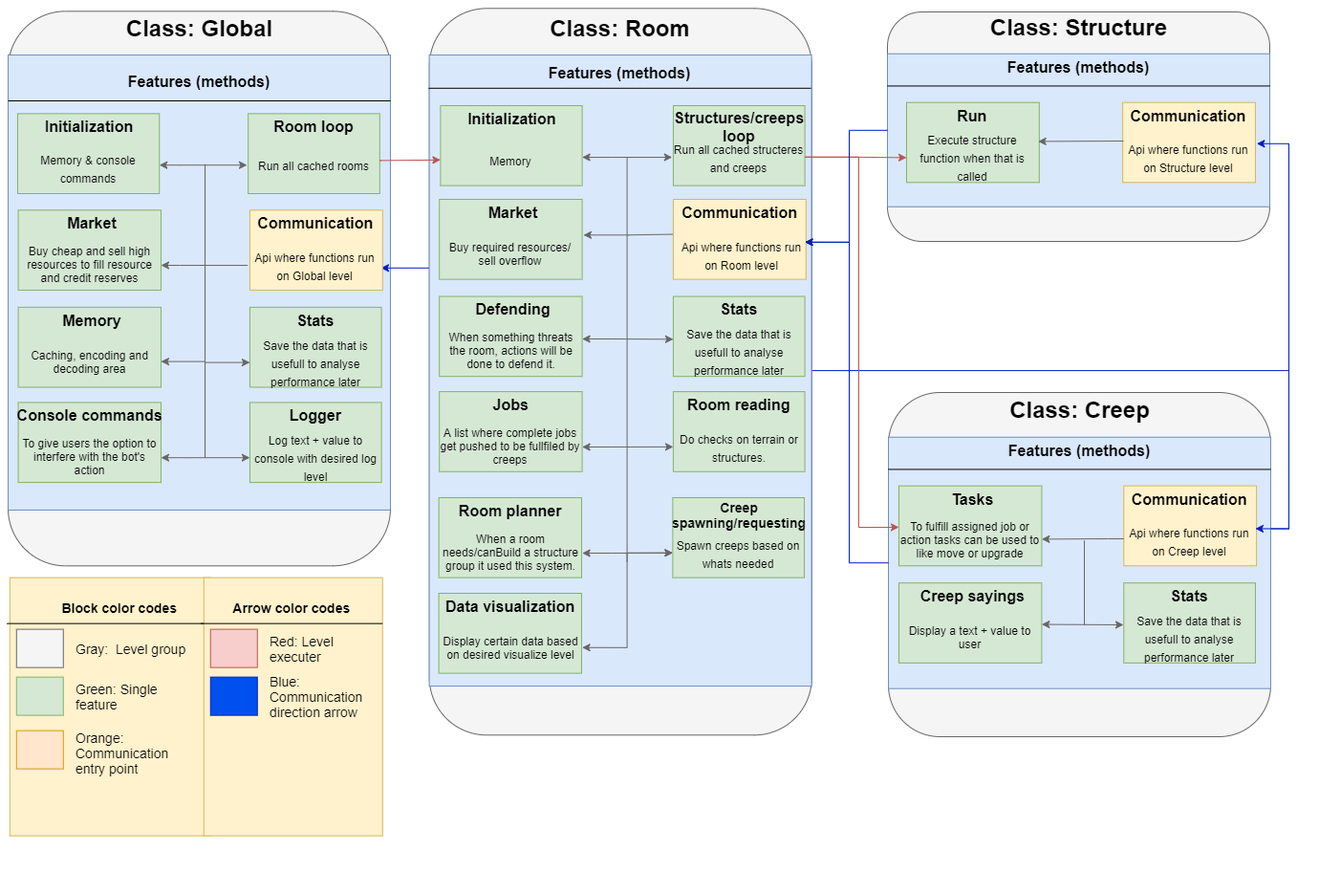
pieterbrandsen/Draw.io keeps this draw.io diagram as FrameworkUML.png. Above is the earlier version. Source tidied: cells renumbered, new cells last; positions are measured from the earlier drawing's top-left corner, leaving out a move shared by most shapes.
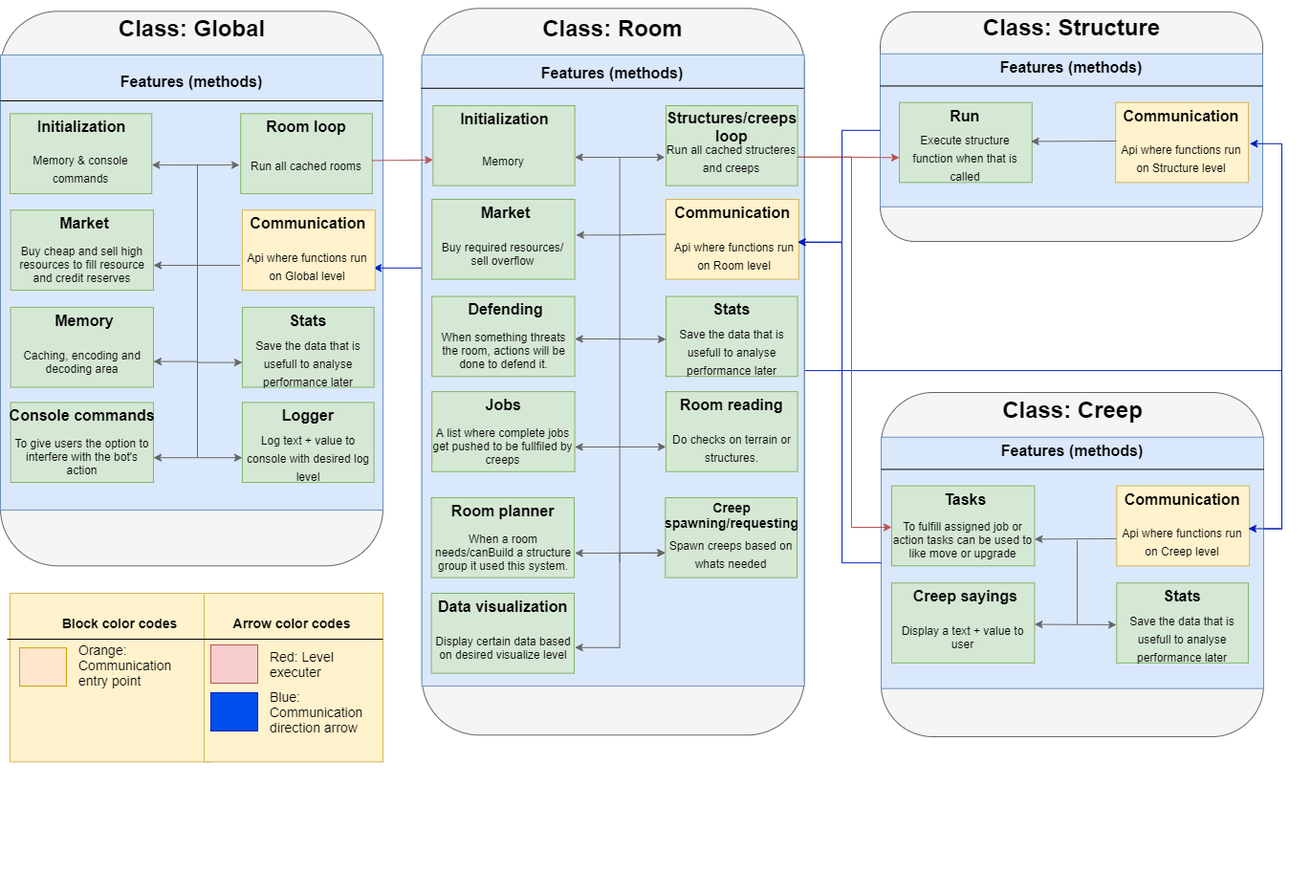
The same file after the commit.

Change to the diagram source:
```diff
@@ -361,52 +361,40 @@
       <mxGeometry x="8" y="71.3" width="400" height="25.8" as="geometry" />
     </mxCell>
     <mxCell id="101" style="rounded=0;whiteSpace=wrap;html=1;fontSize=14;fillColor=#fff2cc;strokeColor=#d6b656;" parent="1" vertex="1">
-      <mxGeometry x="9.8" y="603.6" width="210" height="270" as="geometry" />
+      <mxGeometry x="18" y="620" width="210" height="176.4" as="geometry" />
     </mxCell>
     <mxCell id="102" value="Block color codes" style="text;align=center;fontStyle=1;verticalAlign=middle;spacingLeft=3;spacingRight=3;strokeColor=none;fontSize=14;" parent="1" vertex="1">
-      <mxGeometry x="-0.2" y="621.6" width="250" height="26" as="geometry" />
+      <mxGeometry x="8" y="638" width="250" height="26" as="geometry" />
     </mxCell>
     <mxCell id="103" style="line;strokeWidth=1;fillColor=none;align=left;verticalAlign=middle;spacingTop=-1;spacingLeft=3;spacingRight=3;labelPosition=right;fontSize=14;" parent="1" vertex="1">
-      <mxGeometry x="6.8" y="647.6" width="213" height="8" as="geometry" />
+      <mxGeometry x="15" y="664" width="213" height="8" as="geometry" />
     </mxCell>
-    <mxCell id="104" value="Gray:&amp;nbsp; Level group" style="text;html=1;strokeColor=none;fillColor=none;align=left;verticalAlign=middle;whiteSpace=wrap;rounded=0;fontSize=14;" parent="1" vertex="1">
-      <mxGeometry x="76.8" y="667.6" width="120" height="20" as="geometry" />
-    </mxCell>
-    <mxCell id="105" style="rounded=0;whiteSpace=wrap;html=1;fontSize=14;fillColor=#f5f5f5;strokeColor=#666666;fontColor=#333333;" parent="1" vertex="1">
-      <mxGeometry x="16.8" y="657.6" width="49" height="40" as="geometry" />
-    </mxCell>
-    <mxCell id="106" value="Green: Single feature" style="text;html=1;strokeColor=none;fillColor=none;align=left;verticalAlign=middle;whiteSpace=wrap;rounded=0;fontSize=14;" parent="1" vertex="1">
-      <mxGeometry x="76.8" y="717.6" width="120" height="20" as="geometry" />
-    </mxCell>
-    <mxCell id="107" style="rounded=0;whiteSpace=wrap;html=1;fontSize=14;fillColor=#d5e8d4;strokeColor=#82b366;" parent="1" vertex="1">
-      <mxGeometry x="16.8" y="707.6" width="49" height="40" as="geometry" />
-    </mxCell>
     <mxCell id="108" value="Orange: Communication entry point" style="text;html=1;strokeColor=none;fillColor=none;align=left;verticalAlign=middle;whiteSpace=wrap;rounded=0;fontSize=14;" parent="1" vertex="1">
-      <mxGeometry x="76.8" y="773.6" width="133" height="27" as="geometry" />
+      <mxGeometry x="88" y="681.1" width="133" height="27" as="geometry" />
     </mxCell>
     <mxCell id="109" style="rounded=0;whiteSpace=wrap;html=1;fontSize=14;fillColor=#ffe6cc;strokeColor=#d79b00;" parent="1" vertex="1">
-      <mxGeometry x="16.8" y="763.6" width="49" height="40" as="geometry" />
+      <mxGeometry x="28" y="677.1" width="49" height="40" as="geometry" />
     </mxCell>
     <mxCell id="110" style="rounded=0;whiteSpace=wrap;html=1;fontSize=14;fillColor=#fff2cc;strokeColor=#d6b656;" parent="1" vertex="1">
-      <mxGeometry x="212.8" y="603.6" width="187" height="270" as="geometry" />
+      <mxGeometry x="221" y="620" width="187" height="176.4" as="geometry" />
     </mxCell>
     <mxCell id="111" value="Arrow color codes" style="text;align=center;fontStyle=1;verticalAlign=middle;spacingLeft=3;spacingRight=3;strokeColor=none;fontSize=14;" parent="1" vertex="1">
-      <mxGeometry x="209.8" y="621.6" width="190" height="26" as="geometry" />
+      <mxGeometry x="218" y="638" width="190" height="26" as="geometry" />
     </mxCell>
     <mxCell id="112" style="line;strokeWidth=1;fillColor=none;align=left;verticalAlign=middle;spacingTop=-1;spacingLeft=3;spacingRight=3;labelPosition=right;fontSize=14;" parent="1" vertex="1">
-      <mxGeometry x="209.8" y="647.6" width="190" height="8" as="geometry" />
+      <mxGeometry x="218" y="664" width="190" height="8" as="geometry" />
     </mxCell>
     <mxCell id="113" value="Red: Level executer" style="text;html=1;strokeColor=none;fillColor=none;align=left;verticalAlign=middle;whiteSpace=wrap;rounded=0;fontSize=14;" parent="1" vertex="1">
-      <mxGeometry x="279.8" y="667.6" width="100" height="20" as="geometry" />
+      <mxGeometry x="288" y="684" width="100" height="20" as="geometry" />
     </mxCell>
     <mxCell id="114" style="rounded=0;whiteSpace=wrap;html=1;fontSize=14;fillColor=#f8cecc;strokeColor=#b85450;" parent="1" vertex="1">
-      <mxGeometry x="219.8" y="657.6" width="49" height="40" as="geometry" />
+      <mxGeometry x="228" y="674" width="49" height="40" as="geometry" />
     </mxCell>
     <mxCell id="115" value="Blue: Communication direction arrow" style="text;html=1;strokeColor=none;fillColor=none;align=left;verticalAlign=middle;whiteSpace=wrap;rounded=0;fontSize=14;" parent="1" vertex="1">
-      <mxGeometry x="279.8" y="717.6" width="110" height="20" as="geometry" />
+      <mxGeometry x="288" y="734" width="110" height="20" as="geometry" />
     </mxCell>
     <mxCell id="116" style="rounded=0;whiteSpace=wrap;html=1;fontSize=14;fillColor=#0050ef;strokeColor=#001DBC;fontColor=#ffffff;" parent="1" vertex="1">
-      <mxGeometry x="219.8" y="707.6" width="49" height="40" as="geometry" />
+      <mxGeometry x="228" y="724" width="49" height="40" as="geometry" />
     </mxCell>
     <mxCell id="117" style="rounded=0;whiteSpace=wrap;html=1;fontSize=16;fillColor=#d5e8d4;strokeColor=#82b366;" parent="1" vertex="1">
       <mxGeometry x="458.6" y="620" width="149.4" height="83.6" as="geometry" />
```
